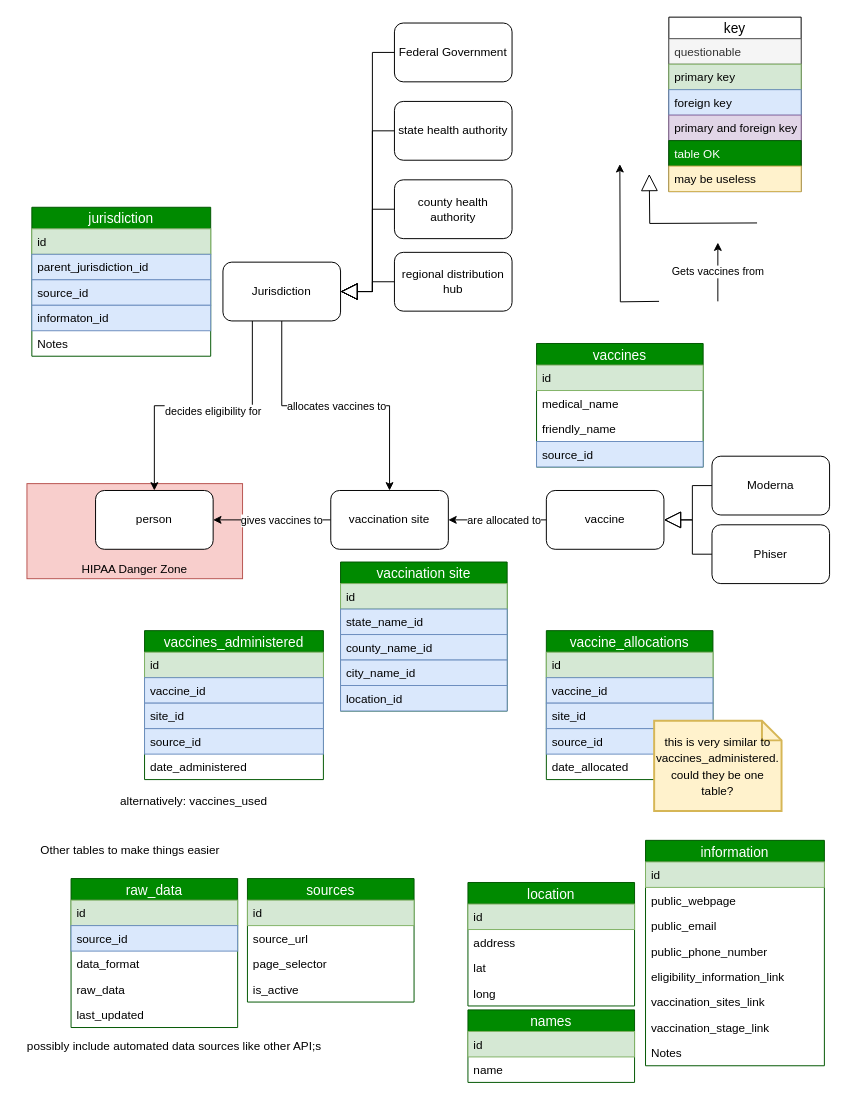
The draw.io diagram Domain Model.drawio in VacFind/Documentation, before the edit. Source tidied: cells renumbered, new cells numbered last; positions are measured from the earlier drawing's top-left corner, leaving out a move shared by most shapes. Both pictures are drawn from the tidied source at 98%, with x=0, y=0 at pixel (17, 17).
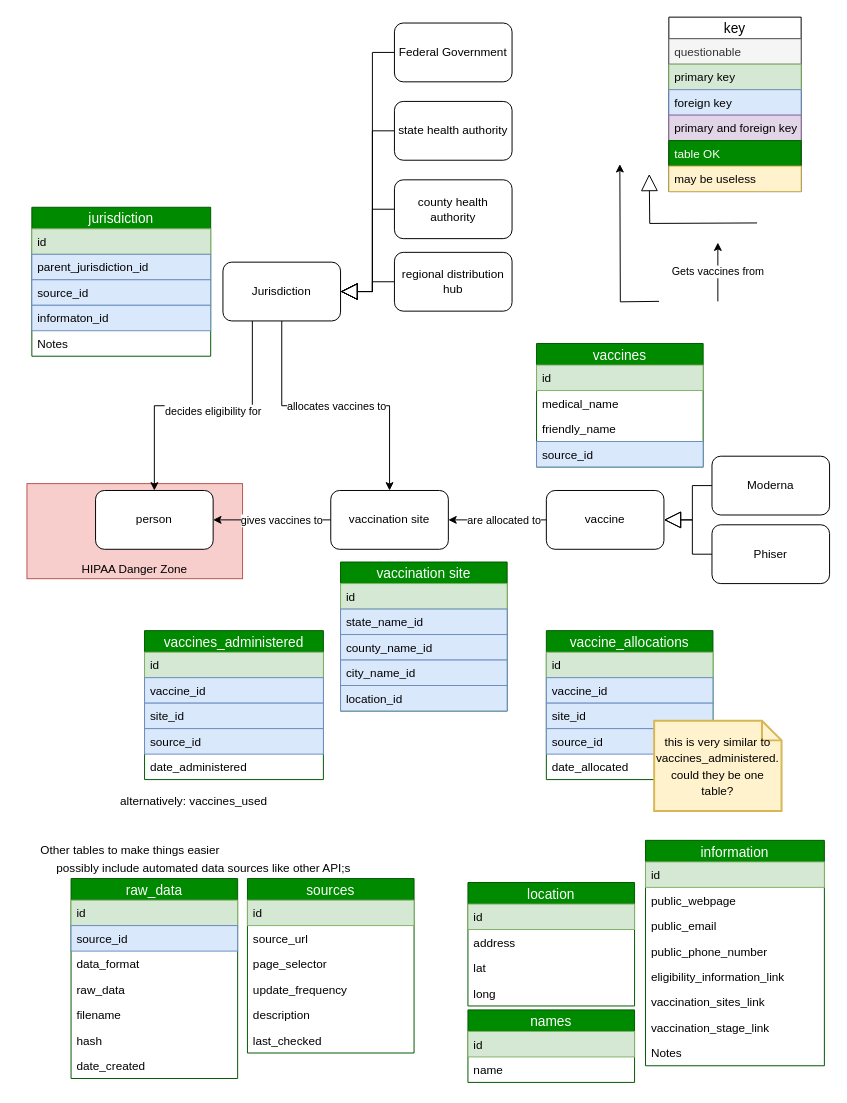
The same page after the edit.

Commit message:
update creation date and is_active cols for data and sources

What changed in the source:
```diff
@@
     <mxCell id="29" value="possibly include automated data sources like other API;s" style="text;html=1;align=center;verticalAlign=middle;" parent="1" vertex="1">
-      <mxGeometry y="1040" width="320" height="20" as="geometry" />
+      <mxGeometry x="30" y="859" width="320" height="20" as="geometry" />
     </mxCell>
@@
     <mxCell id="85" value="raw_data" style="swimlane;fontStyle=0;horizontal=1;startSize=22;fillColor=#008a00;swimlaneFillColor=#ffffff;align=center;fontSize=14;strokeColor=#005700;fontColor=#ffffff;" parent="1" vertex="1">
-      <mxGeometry x="55" y="879" width="170" height="152" as="geometry" />
+      <mxGeometry x="55" y="879" width="170" height="204" as="geometry" />
     </mxCell>
@@
-    <mxCell id="90" value="last_updated" style="text;strokeColor=none;fillColor=none;spacingLeft=4;spacingRight=4;overflow=hidden;fontSize=12;" parent="85" vertex="1">
+    <mxCell id="90" value="filename" style="text;strokeColor=none;fillColor=none;spacingLeft=4;spacingRight=4;overflow=hidden;fontSize=12;" parent="85" vertex="1">
       <mxGeometry y="126" width="170" height="26" as="geometry" />
     </mxCell>
+    <mxCell id="97" value="hash" style="text;strokeColor=none;fillColor=none;spacingLeft=4;spacingRight=4;overflow=hidden;fontSize=12;" parent="85" vertex="1">
+      <mxGeometry y="152" width="170" height="26" as="geometry" />
+    </mxCell>
+    <mxCell id="98" value="date_created" style="text;strokeColor=none;fillColor=none;spacingLeft=4;spacingRight=4;overflow=hidden;fontSize=12;" parent="85" vertex="1">
+      <mxGeometry y="178" width="170" height="26" as="geometry" />
+    </mxCell>
     <mxCell id="91" value="sources" style="swimlane;fontStyle=0;horizontal=1;startSize=22;fillColor=#008a00;swimlaneFillColor=#ffffff;align=center;fontSize=14;strokeColor=#005700;fontColor=#ffffff;" parent="1" vertex="1">
-      <mxGeometry x="235" y="879" width="170" height="126" as="geometry" />
+      <mxGeometry x="235" y="879" width="170" height="178" as="geometry" />
     </mxCell>
@@
-    <mxCell id="95" value="is_active" style="text;strokeColor=none;fillColor=none;spacingLeft=4;spacingRight=4;overflow=hidden;fontSize=12;" parent="91" vertex="1">
+    <mxCell id="95" value="update_frequency" style="text;strokeColor=none;fillColor=none;spacingLeft=4;spacingRight=4;overflow=hidden;fontSize=12;" parent="91" vertex="1">
       <mxGeometry y="100" width="170" height="26" as="geometry" />
     </mxCell>
+    <mxCell id="99" value="description" style="text;strokeColor=none;fillColor=none;spacingLeft=4;spacingRight=4;overflow=hidden;fontSize=12;" parent="91" vertex="1">
+      <mxGeometry y="126" width="170" height="26" as="geometry" />
+    </mxCell>
+    <mxCell id="100" value="last_checked" style="text;strokeColor=none;fillColor=none;spacingLeft=4;spacingRight=4;overflow=hidden;fontSize=12;" parent="91" vertex="1">
+      <mxGeometry y="152" width="170" height="26" as="geometry" />
+    </mxCell>
```
